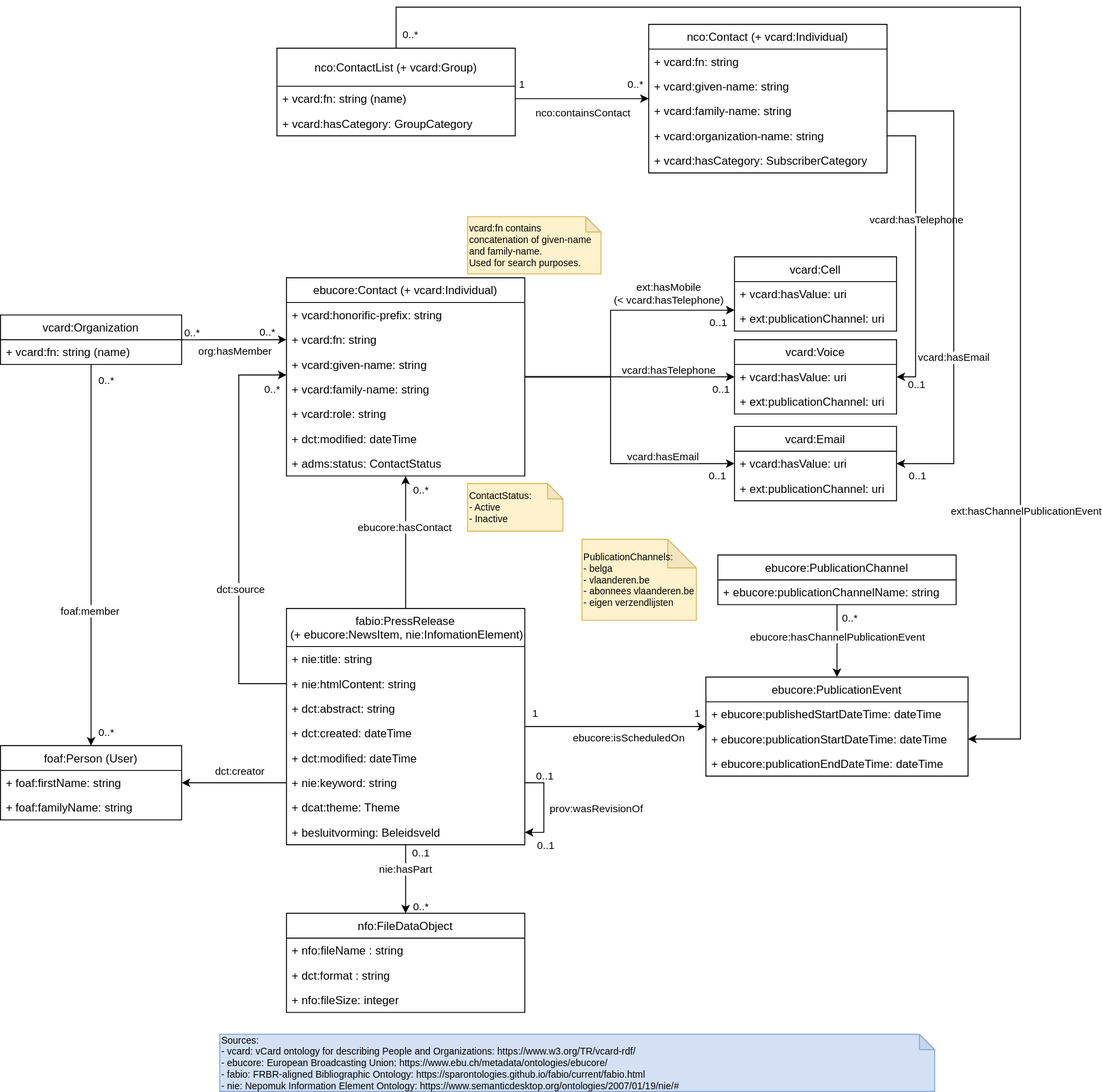
Before: images/press-releases-data-model.svg, a diagram exported from draw.io (kanselarij-vlaanderen/kaleidos-documentation). Source tidied: cells renumbered, new cells last; positions are measured from the earlier drawing's top-left corner, leaving out a move shared by most shapes.
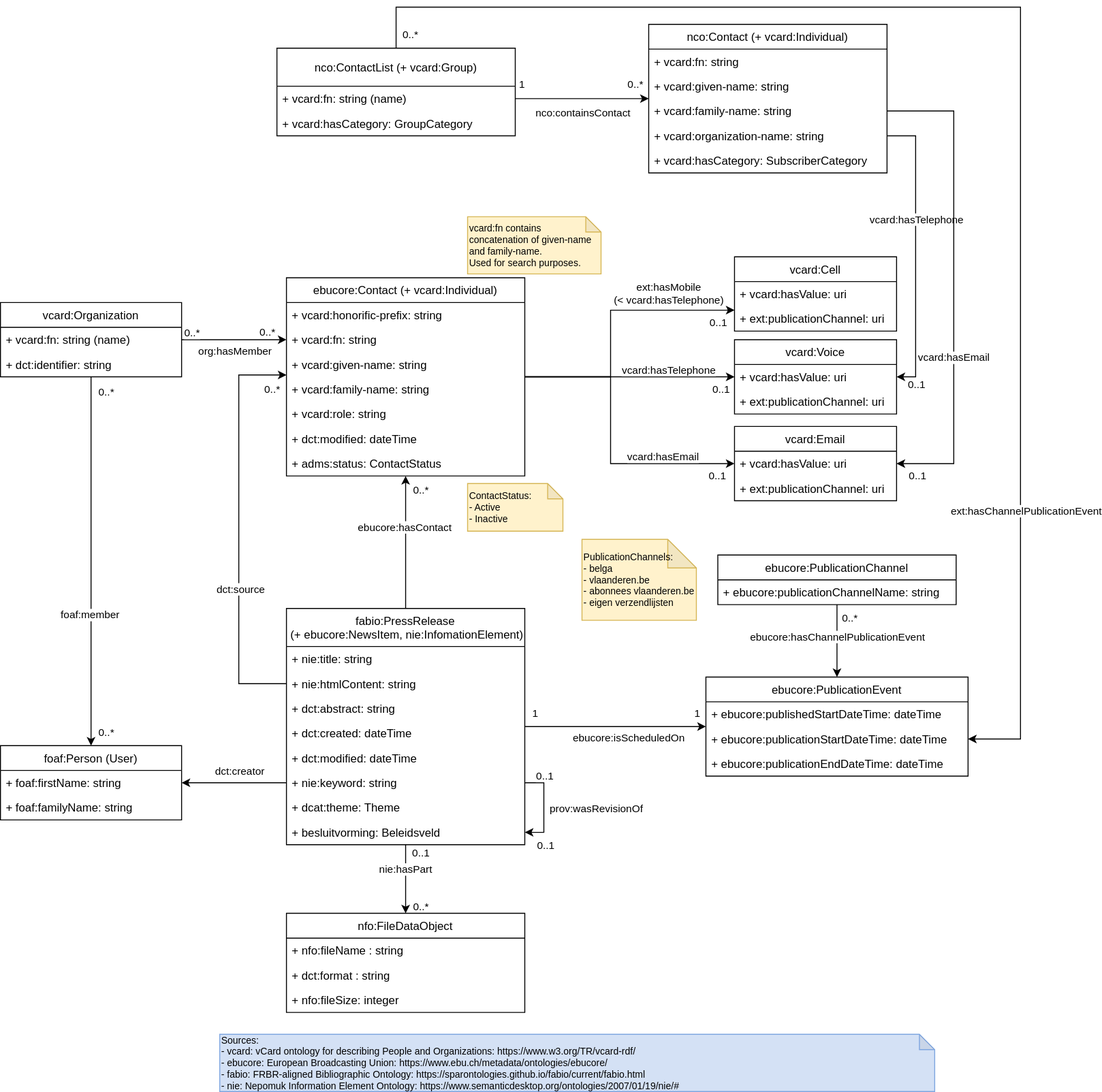
Later version of the same file.

Commit message:
Update press releases data model

What changed in the source:
```diff
@@ -122,11 +122,14 @@
       </mxGeometry>
     </mxCell>
     <mxCell id="33" value="vcard:Organization" style="swimlane;fontStyle=0;horizontal=1;startSize=26;fillColor=none;" parent="1" vertex="1">
-      <mxGeometry y="323" width="190" height="52" as="geometry" />
+      <mxGeometry y="310" width="190" height="78" as="geometry" />
     </mxCell>
     <mxCell id="34" value="+ vcard:fn: string (name)" style="text;strokeColor=none;fillColor=none;align=left;verticalAlign=top;spacingLeft=4;spacingRight=4;overflow=hidden;" parent="33" vertex="1">
       <mxGeometry y="26" width="190" height="26" as="geometry" />
     </mxCell>
+    <mxCell id="109" value="+ dct:identifier: string" style="text;strokeColor=none;fillColor=none;align=left;verticalAlign=top;spacingLeft=4;spacingRight=4;overflow=hidden;" parent="33" vertex="1">
+      <mxGeometry y="52" width="190" height="26" as="geometry" />
+    </mxCell>
     <mxCell id="35" style="edgeStyle=orthogonalEdgeStyle;rounded=0;jettySize=auto;html=1;exitX=0.5;exitY=0;exitDx=0;exitDy=0;entryX=1;entryY=0.5;entryDx=0;entryDy=0;" parent="1" edge="1" source="38" target="97">
       <mxGeometry relative="1" as="geometry">
         <Array as="points">
```
